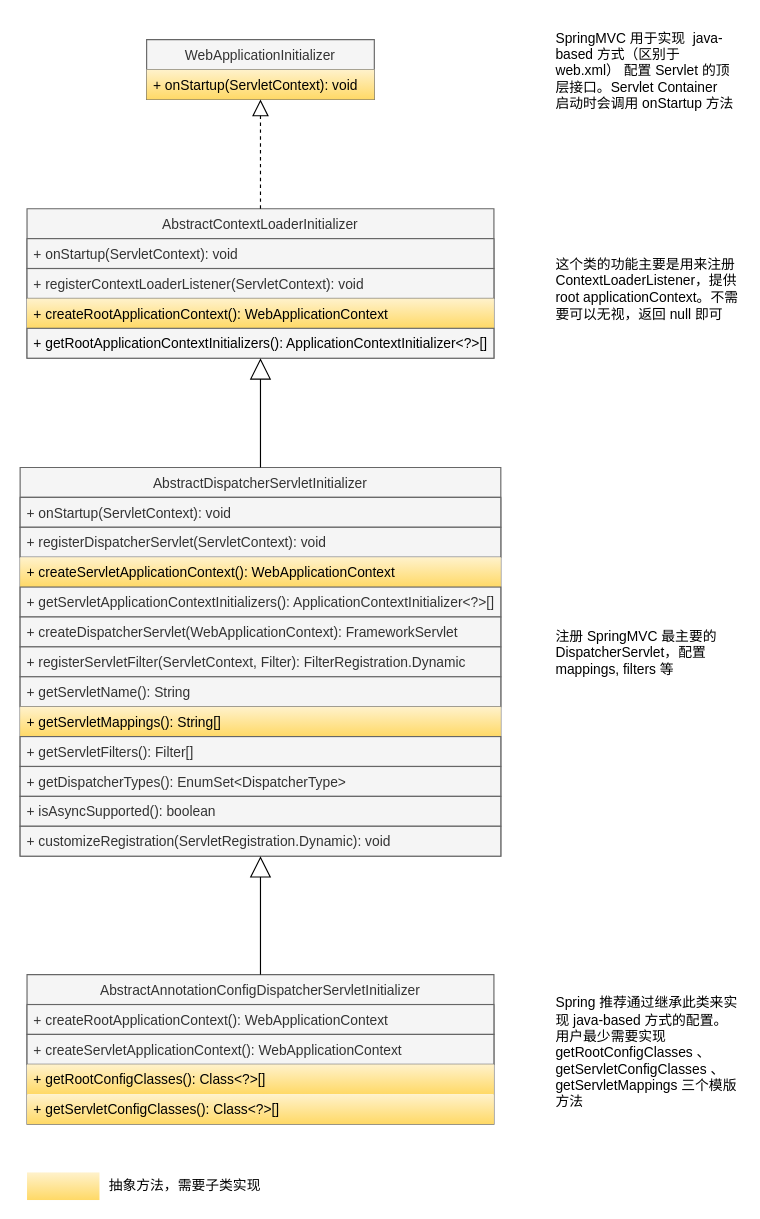
This is drawio/spring/mvc/web-application-initializer-1.drawio from lbzhello/blog, a draw.io file, before an edit. Source tidied: cells renumbered, new cells numbered last; positions are measured from the earlier drawing's top-left corner, leaving out a move shared by most shapes. Both pictures are drawn from the tidied source at 115%, with x=0, y=0 at pixel (20, 20).
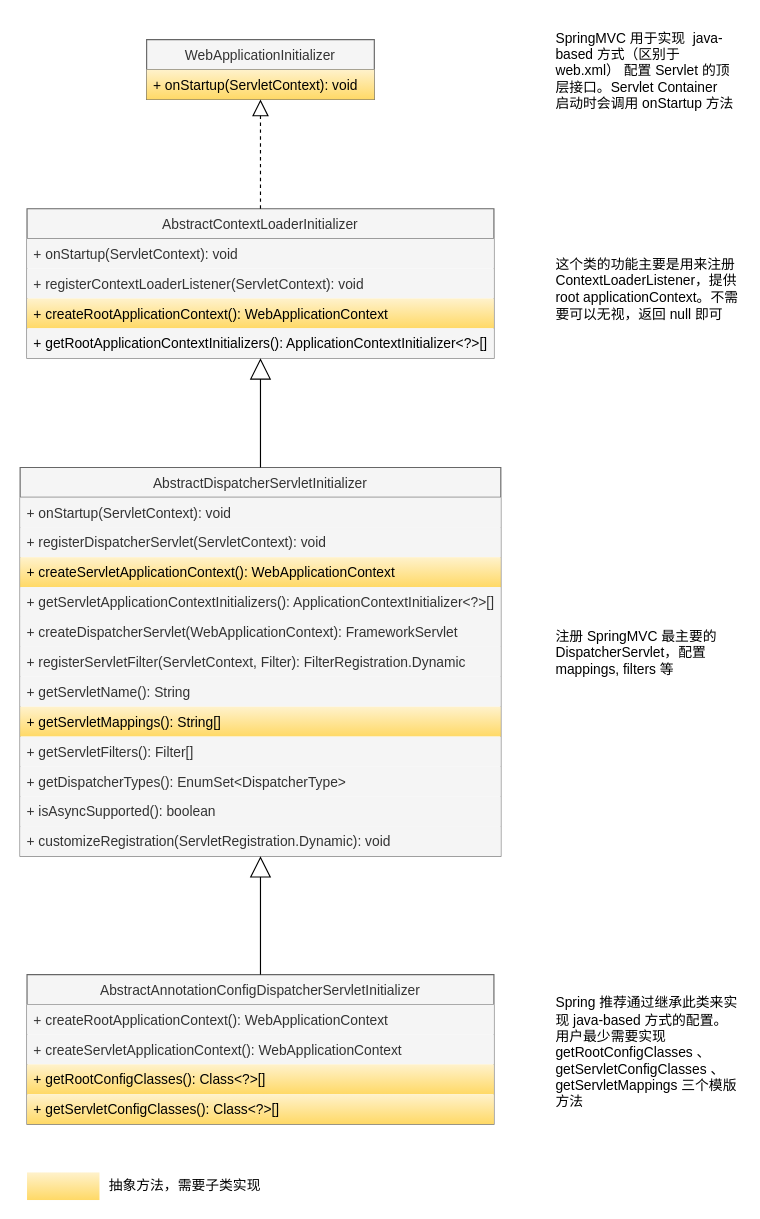
The same diagram, later.

The change refers to these unchanged cells:
```xml
<mxCell id="4" value="AbstractContextLoaderInitializer" style="swimlane;fontStyle=0;horizontal=1;startSize=26;fillColor=#f5f5f5;strokeColor=#666666;fontColor=#333333;" parent="1" vertex="1">
  <mxGeometry x="6" y="164" width="406" height="130" as="geometry" />
</mxCell>
<mxCell id="9" value="AbstractDispatcherServletInitializer" style="swimlane;fontStyle=0;horizontal=1;startSize=26;fillColor=#f5f5f5;strokeColor=#666666;fontColor=#333333;" parent="1" vertex="1">
  <mxGeometry y="389" width="418" height="338" as="geometry" />
</mxCell>
<mxCell id="23" value="AbstractAnnotationConfigDispatcherServletInitializer" style="swimlane;fontStyle=0;horizontal=1;startSize=26;fillColor=#f5f5f5;strokeColor=#666666;fontColor=#333333;" parent="1" vertex="1">
  <mxGeometry x="6" y="830" width="406" height="130" as="geometry" />
</mxCell>
```

Diff of the diagram source:
```diff
@@
-    <mxCell id="5" value="+ onStartup(ServletContext): void" style="text;strokeColor=#666666;fillColor=#f5f5f5;align=left;verticalAlign=top;spacingLeft=4;spacingRight=4;overflow=hidden;fontColor=#333333;" parent="4" vertex="1">
+    <mxCell id="5" value="+ onStartup(ServletContext): void" style="text;strokeColor=none;fillColor=#f5f5f5;align=left;verticalAlign=top;spacingLeft=4;spacingRight=4;overflow=hidden;fontColor=#333333;" parent="4" vertex="1">
       <mxGeometry y="26" width="406" height="26" as="geometry" />
     </mxCell>
-    <mxCell id="6" value="+ registerContextLoaderListener(ServletContext): void" style="text;strokeColor=#666666;fillColor=#f5f5f5;align=left;verticalAlign=top;spacingLeft=4;spacingRight=4;overflow=hidden;fontColor=#333333;" parent="4" vertex="1">
+    <mxCell id="6" value="+ registerContextLoaderListener(ServletContext): void" style="text;strokeColor=none;fillColor=#f5f5f5;align=left;verticalAlign=top;spacingLeft=4;spacingRight=4;overflow=hidden;fontColor=#333333;" parent="4" vertex="1">
       <mxGeometry y="52" width="406" height="26" as="geometry" />
     </mxCell>
@@
-    <mxCell id="8" value="+ getRootApplicationContextInitializers(): ApplicationContextInitializer&lt;?&gt;[]" style="text;fillColor=#f5f5f5;align=left;verticalAlign=top;spacingLeft=4;spacingRight=4;overflow=hidden;gradientColor=none;strokeColor=#666666;" parent="4" vertex="1">
+    <mxCell id="8" value="+ getRootApplicationContextInitializers(): ApplicationContextInitializer&lt;?&gt;[]" style="text;fillColor=#f5f5f5;align=left;verticalAlign=top;spacingLeft=4;spacingRight=4;overflow=hidden;gradientColor=none;strokeColor=none;" parent="4" vertex="1">
       <mxGeometry y="104" width="406" height="26" as="geometry" />
     </mxCell>
@@
-    <mxCell id="10" value="+ onStartup(ServletContext): void" style="text;strokeColor=#666666;fillColor=#f5f5f5;align=left;verticalAlign=top;spacingLeft=4;spacingRight=4;overflow=hidden;fontColor=#333333;" parent="9" vertex="1">
+    <mxCell id="10" value="+ onStartup(ServletContext): void" style="text;strokeColor=none;fillColor=#f5f5f5;align=left;verticalAlign=top;spacingLeft=4;spacingRight=4;overflow=hidden;fontColor=#333333;" parent="9" vertex="1">
       <mxGeometry y="26" width="418" height="26" as="geometry" />
     </mxCell>
-    <mxCell id="11" value="+ registerDispatcherServlet(ServletContext): void" style="text;strokeColor=#666666;fillColor=#f5f5f5;align=left;verticalAlign=top;spacingLeft=4;spacingRight=4;overflow=hidden;fontColor=#333333;" parent="9" vertex="1">
+    <mxCell id="11" value="+ registerDispatcherServlet(ServletContext): void" style="text;strokeColor=none;fillColor=#f5f5f5;align=left;verticalAlign=top;spacingLeft=4;spacingRight=4;overflow=hidden;fontColor=#333333;" parent="9" vertex="1">
       <mxGeometry y="52" width="418" height="26" as="geometry" />
     </mxCell>
@@
-    <mxCell id="13" value="+ getServletApplicationContextInitializers(): ApplicationContextInitializer&lt;?&gt;[]" style="text;strokeColor=#666666;fillColor=#f5f5f5;align=left;verticalAlign=top;spacingLeft=4;spacingRight=4;overflow=hidden;fontColor=#333333;" parent="9" vertex="1">
+    <mxCell id="13" value="+ getServletApplicationContextInitializers(): ApplicationContextInitializer&lt;?&gt;[]" style="text;strokeColor=none;fillColor=#f5f5f5;align=left;verticalAlign=top;spacingLeft=4;spacingRight=4;overflow=hidden;fontColor=#333333;" parent="9" vertex="1">
       <mxGeometry y="104" width="418" height="26" as="geometry" />
     </mxCell>
-    <mxCell id="14" value="+ createDispatcherServlet(WebApplicationContext): FrameworkServlet" style="text;strokeColor=#666666;fillColor=#f5f5f5;align=left;verticalAlign=top;spacingLeft=4;spacingRight=4;overflow=hidden;fontColor=#333333;" parent="9" vertex="1">
+    <mxCell id="14" value="+ createDispatcherServlet(WebApplicationContext): FrameworkServlet" style="text;strokeColor=none;fillColor=#f5f5f5;align=left;verticalAlign=top;spacingLeft=4;spacingRight=4;overflow=hidden;fontColor=#333333;" parent="9" vertex="1">
       <mxGeometry y="130" width="418" height="26" as="geometry" />
     </mxCell>
-    <mxCell id="15" value="+ registerServletFilter(ServletContext, Filter): FilterRegistration.Dynamic" style="text;strokeColor=#666666;fillColor=#f5f5f5;align=left;verticalAlign=top;spacingLeft=4;spacingRight=4;overflow=hidden;fontColor=#333333;" parent="9" vertex="1">
+    <mxCell id="15" value="+ registerServletFilter(ServletContext, Filter): FilterRegistration.Dynamic" style="text;strokeColor=none;fillColor=#f5f5f5;align=left;verticalAlign=top;spacingLeft=4;spacingRight=4;overflow=hidden;fontColor=#333333;" parent="9" vertex="1">
       <mxGeometry y="156" width="418" height="26" as="geometry" />
     </mxCell>
-    <mxCell id="16" value="+ getServletName(): String" style="text;strokeColor=#666666;fillColor=#f5f5f5;align=left;verticalAlign=top;spacingLeft=4;spacingRight=4;overflow=hidden;fontColor=#333333;" parent="9" vertex="1">
+    <mxCell id="16" value="+ getServletName(): String" style="text;strokeColor=none;fillColor=#f5f5f5;align=left;verticalAlign=top;spacingLeft=4;spacingRight=4;overflow=hidden;fontColor=#333333;" parent="9" vertex="1">
       <mxGeometry y="182" width="418" height="26" as="geometry" />
     </mxCell>
@@
-    <mxCell id="18" value="+ getServletFilters(): Filter[]" style="text;strokeColor=#666666;fillColor=#f5f5f5;align=left;verticalAlign=top;spacingLeft=4;spacingRight=4;overflow=hidden;fontColor=#333333;" parent="9" vertex="1">
+    <mxCell id="18" value="+ getServletFilters(): Filter[]" style="text;strokeColor=none;fillColor=#f5f5f5;align=left;verticalAlign=top;spacingLeft=4;spacingRight=4;overflow=hidden;fontColor=#333333;" parent="9" vertex="1">
       <mxGeometry y="234" width="418" height="26" as="geometry" />
     </mxCell>
-    <mxCell id="19" value="+ getDispatcherTypes(): EnumSet&lt;DispatcherType&gt;" style="text;strokeColor=#666666;fillColor=#f5f5f5;align=left;verticalAlign=top;spacingLeft=4;spacingRight=4;overflow=hidden;fontColor=#333333;" parent="9" vertex="1">
+    <mxCell id="19" value="+ getDispatcherTypes(): EnumSet&lt;DispatcherType&gt;" style="text;strokeColor=none;fillColor=#f5f5f5;align=left;verticalAlign=top;spacingLeft=4;spacingRight=4;overflow=hidden;fontColor=#333333;" parent="9" vertex="1">
       <mxGeometry y="260" width="418" height="26" as="geometry" />
     </mxCell>
-    <mxCell id="20" value="+ isAsyncSupported(): boolean" style="text;strokeColor=#666666;fillColor=#f5f5f5;align=left;verticalAlign=top;spacingLeft=4;spacingRight=4;overflow=hidden;fontColor=#333333;" parent="9" vertex="1">
+    <mxCell id="20" value="+ isAsyncSupported(): boolean" style="text;strokeColor=none;fillColor=#f5f5f5;align=left;verticalAlign=top;spacingLeft=4;spacingRight=4;overflow=hidden;fontColor=#333333;" parent="9" vertex="1">
       <mxGeometry y="286" width="418" height="26" as="geometry" />
     </mxCell>
-    <mxCell id="21" value="+ customizeRegistration(ServletRegistration.Dynamic): void" style="text;strokeColor=#666666;fillColor=#f5f5f5;align=left;verticalAlign=top;spacingLeft=4;spacingRight=4;overflow=hidden;fontColor=#333333;" parent="9" vertex="1">
+    <mxCell id="21" value="+ customizeRegistration(ServletRegistration.Dynamic): void" style="text;strokeColor=none;fillColor=#f5f5f5;align=left;verticalAlign=top;spacingLeft=4;spacingRight=4;overflow=hidden;fontColor=#333333;" parent="9" vertex="1">
       <mxGeometry y="312" width="418" height="26" as="geometry" />
     </mxCell>
@@
-    <mxCell id="24" value="+ createRootApplicationContext(): WebApplicationContext" style="text;strokeColor=#666666;fillColor=#f5f5f5;align=left;verticalAlign=top;spacingLeft=4;spacingRight=4;overflow=hidden;fontColor=#333333;" parent="23" vertex="1">
+    <mxCell id="24" value="+ createRootApplicationContext(): WebApplicationContext" style="text;strokeColor=none;fillColor=#f5f5f5;align=left;verticalAlign=top;spacingLeft=4;spacingRight=4;overflow=hidden;fontColor=#333333;" parent="23" vertex="1">
       <mxGeometry y="26" width="406" height="26" as="geometry" />
     </mxCell>
-    <mxCell id="25" value="+ createServletApplicationContext(): WebApplicationContext" style="text;strokeColor=#666666;fillColor=#f5f5f5;align=left;verticalAlign=top;spacingLeft=4;spacingRight=4;overflow=hidden;fontColor=#333333;" parent="23" vertex="1">
+    <mxCell id="25" value="+ createServletApplicationContext(): WebApplicationContext" style="text;strokeColor=none;fillColor=#f5f5f5;align=left;verticalAlign=top;spacingLeft=4;spacingRight=4;overflow=hidden;fontColor=#333333;" parent="23" vertex="1">
       <mxGeometry y="52" width="406" height="26" as="geometry" />
     </mxCell>
```
